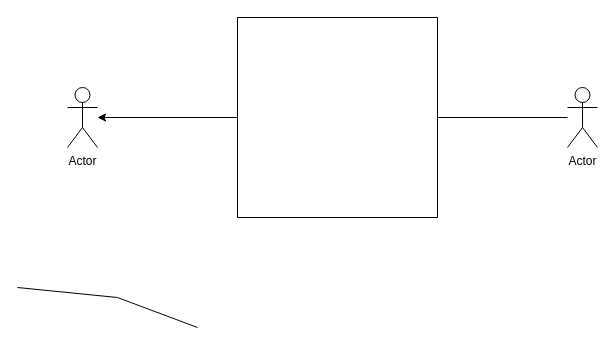
Above: user.drawio in youzhi-qiang/Huan-ke (draw.io), before the change. Source tidied: cells renumbered, new cells numbered last; positions are measured from the earlier drawing's top-left corner, leaving out a move shared by most shapes. Both pictures are drawn from the tidied source at 100%, with x=0, y=0 at pixel (17, 17).
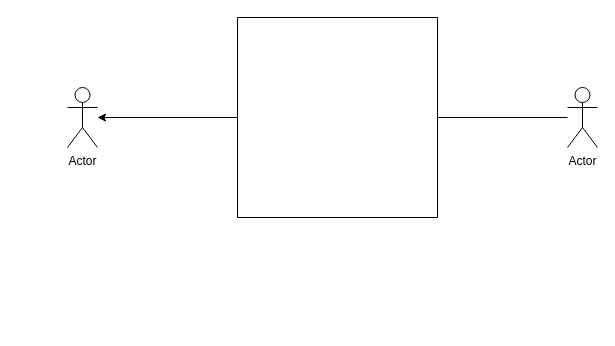
After the change.

Change to the diagram source:
```diff
@@
 <mxGraphModel>
   <root>
     <mxCell id="0" />
     <mxCell id="1" parent="0" />
     <mxCell id="2" value="Actor" style="shape=umlActor;verticalLabelPosition=bottom;verticalAlign=top;html=1;outlineConnect=0;" parent="1" vertex="1">
       <mxGeometry x="50" y="70" width="30" height="60" as="geometry" />
     </mxCell>
     <mxCell id="3" style="edgeStyle=orthogonalEdgeStyle;rounded=0;jettySize=auto;html=1;" parent="1" edge="1" source="4" target="2">
       <mxGeometry relative="1" as="geometry" />
     </mxCell>
     <mxCell id="4" style="swimlane;startSize=0;" parent="1" vertex="1">
       <mxGeometry x="220" width="200" height="200" as="geometry" />
     </mxCell>
     <mxCell id="5" style="edgeStyle=orthogonalEdgeStyle;rounded=0;jettySize=auto;html=1;endArrow=none;endFill=0;" parent="1" edge="1" source="6" target="4">
       <mxGeometry relative="1" as="geometry" />
     </mxCell>
     <mxCell id="6" value="Actor" style="shape=umlActor;verticalLabelPosition=bottom;verticalAlign=top;html=1;outlineConnect=0;" parent="1" vertex="1">
       <mxGeometry x="550" y="70" width="30" height="60" as="geometry" />
     </mxCell>
-    <mxCell id="7" style="endArrow=none;html=1;rounded=0;" parent="1" edge="1">
-      <mxGeometry relative="1" as="geometry">
-        <mxPoint y="270" as="sourcePoint" />
-        <mxPoint x="180" y="310" as="targetPoint" />
-        <Array as="points">
-          <mxPoint x="100" y="280" />
-        </Array>
-      </mxGeometry>
-    </mxCell>
   </root>
 </mxGraphModel>
```
